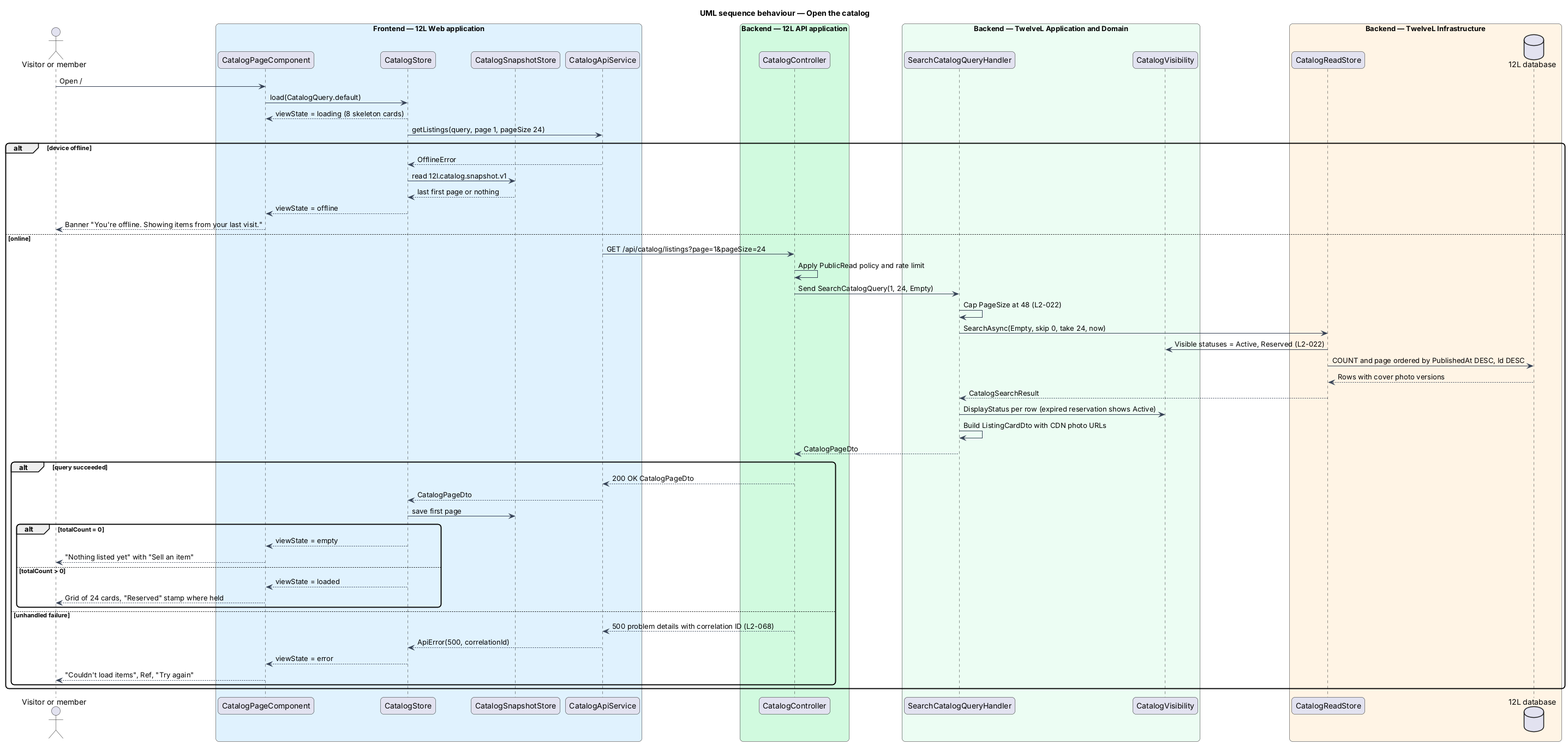
Before: docs/detailed-designs/catalog/browse-catalog/diagrams/sequence-open-catalog.png, a diagram exported from PlantUML (QuinntyneBrown/12l). Its diagram source:
```plantuml
@startuml
title UML sequence behaviour — Open the catalog
skinparam backgroundColor #FFFFFF
skinparam shadowing false
skinparam roundcorner 12
skinparam defaultFontName Arial
skinparam ArrowColor #344054
actor "Visitor or member" as actor
box "Frontend — 12L Web application" #E0F2FE
  participant "CatalogPageComponent" as page
  participant "CatalogStore" as store
  participant "CatalogSnapshotStore" as snap
  participant "CatalogApiService" as client
end box
box "Backend — 12L API application" #D1FADF
  participant "CatalogController" as controller
end box
box "Backend — TwelveL Application and Domain" #ECFDF3
  participant "SearchCatalogQueryHandler" as handler
  participant "CatalogVisibility" as vis
end box
box "Backend — TwelveL Infrastructure" #FFF4E5
  participant "CatalogReadStore" as rs
  database "12L database" as db
end box
actor -> page : Open /
page -> store : load(CatalogQuery.default)
store --> page : viewState = loading (8 skeleton cards)
store -> client : getListings(query, page 1, pageSize 24)
alt device offline
  client --> store : OfflineError
  store -> snap : read 12l.catalog.snapshot.v1
  snap --> store : last first page or nothing
  store --> page : viewState = offline
  page --> actor : Banner "You're offline. Showing items from your last visit."
else online
  client -> controller : GET /api/catalog/listings?page=1&pageSize=24
  controller -> controller : Apply PublicRead policy and rate limit
  controller -> handler : Send SearchCatalogQuery(1, 24, Empty)
  handler -> handler : Cap PageSize at 48 (L2-022)
  handler -> rs : SearchAsync(Empty, skip 0, take 24, now)
  rs -> vis : Visible statuses = Active, Reserved (L2-022)
  rs -> db : COUNT and page ordered by PublishedAt DESC, Id DESC
  db --> rs : Rows with cover photo versions
  rs --> handler : CatalogSearchResult
  handler -> vis : DisplayStatus per row (expired reservation shows Active)
  handler -> handler : Build ListingCardDto with CDN photo URLs
  handler --> controller : CatalogPageDto
  alt query succeeded
    controller --> client : 200 OK CatalogPageDto
    client --> store : CatalogPageDto
    store -> snap : save first page
    alt totalCount = 0
      store --> page : viewState = empty
      page --> actor : "Nothing listed yet" with "Sell an item"
    else totalCount > 0
      store --> page : viewState = loaded
      page --> actor : Grid of 24 cards, "Reserved" stamp where held
    end
  else unhandled failure
    controller --> client : 500 problem details with correlation ID (L2-068)
    client --> store : ApiError(500, correlationId)
    store --> page : viewState = error
    page --> actor : "Couldn't load items", Ref, "Try again"
  end
end
@enduml
```
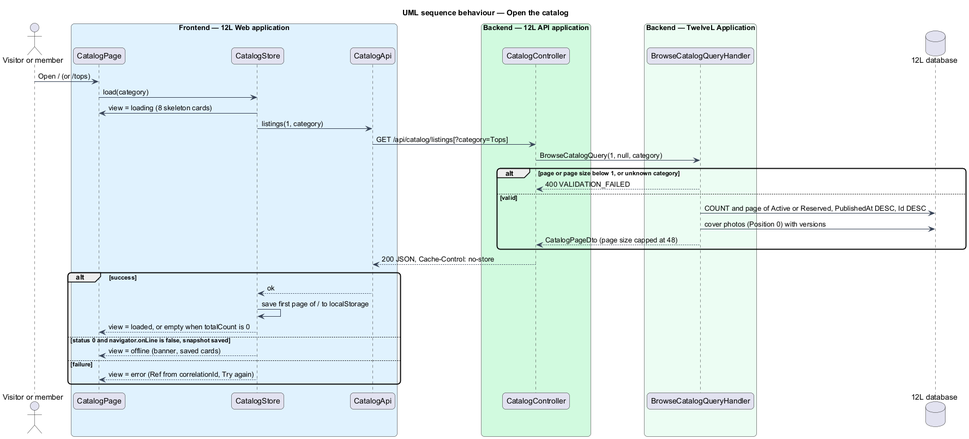
Later version of the same file.

The edit, as a diff of the source:
```diff
@@ -7,61 +7,38 @@
 skinparam ArrowColor #344054
 actor "Visitor or member" as actor
 box "Frontend — 12L Web application" #E0F2FE
-  participant "CatalogPageComponent" as page
+  participant "CatalogPage" as page
   participant "CatalogStore" as store
-  participant "CatalogSnapshotStore" as snap
-  participant "CatalogApiService" as client
+  participant "CatalogApi" as client
 end box
 box "Backend — 12L API application" #D1FADF
   participant "CatalogController" as controller
 end box
-box "Backend — TwelveL Application and Domain" #ECFDF3
-  participant "SearchCatalogQueryHandler" as handler
-  participant "CatalogVisibility" as vis
+box "Backend — TwelveL Application" #ECFDF3
+  participant "BrowseCatalogQueryHandler" as handler
 end box
-box "Backend — TwelveL Infrastructure" #FFF4E5
-  participant "CatalogReadStore" as rs
-  database "12L database" as db
-end box
-actor -> page : Open /
-page -> store : load(CatalogQuery.default)
-store --> page : viewState = loading (8 skeleton cards)
-store -> client : getListings(query, page 1, pageSize 24)
-alt device offline
-  client --> store : OfflineError
-  store -> snap : read 12l.catalog.snapshot.v1
-  snap --> store : last first page or nothing
-  store --> page : viewState = offline
-  page --> actor : Banner "You're offline. Showing items from your last visit."
-else online
-  client -> controller : GET /api/catalog/listings?page=1&pageSize=24
-  controller -> controller : Apply PublicRead policy and rate limit
-  controller -> handler : Send SearchCatalogQuery(1, 24, Empty)
-  handler -> handler : Cap PageSize at 48 (L2-022)
-  handler -> rs : SearchAsync(Empty, skip 0, take 24, now)
-  rs -> vis : Visible statuses = Active, Reserved (L2-022)
-  rs -> db : COUNT and page ordered by PublishedAt DESC, Id DESC
-  db --> rs : Rows with cover photo versions
-  rs --> handler : CatalogSearchResult
-  handler -> vis : DisplayStatus per row (expired reservation shows Active)
-  handler -> handler : Build ListingCardDto with CDN photo URLs
-  handler --> controller : CatalogPageDto
-  alt query succeeded
-    controller --> client : 200 OK CatalogPageDto
-    client --> store : CatalogPageDto
-    store -> snap : save first page
-    alt totalCount = 0
-      store --> page : viewState = empty
-      page --> actor : "Nothing listed yet" with "Sell an item"
-    else totalCount > 0
-      store --> page : viewState = loaded
-      page --> actor : Grid of 24 cards, "Reserved" stamp where held
-    end
-  else unhandled failure
-    controller --> client : 500 problem details with correlation ID (L2-068)
-    client --> store : ApiError(500, correlationId)
-    store --> page : viewState = error
-    page --> actor : "Couldn't load items", Ref, "Try again"
-  end
+database "12L database" as db
+actor -> page : Open / (or /tops)
+page -> store : load(category)
+store -> page : view = loading (8 skeleton cards)
+store -> client : listings(1, category)
+client -> controller : GET /api/catalog/listings[?category=Tops]
+controller -> handler : BrowseCatalogQuery(1, null, category)
+alt page or page size below 1, or unknown category
+  handler --> controller : 400 VALIDATION_FAILED
+else valid
+  handler -> db : COUNT and page of Active or Reserved, PublishedAt DESC, Id DESC
+  handler -> db : cover photos (Position 0) with versions
+  handler --> controller : CatalogPageDto (page size capped at 48)
+end
+controller --> client : 200 JSON, Cache-Control: no-store
+alt success
+  client --> store : ok
+  store -> store : save first page of / to localStorage
+  store --> page : view = loaded, or empty when totalCount is 0
+else status 0 and navigator.onLine is false, snapshot saved
+  store --> page : view = offline (banner, saved cards)
+else failure
+  store --> page : view = error (Ref from correlationId, Try again)
 end
 @enduml
```
